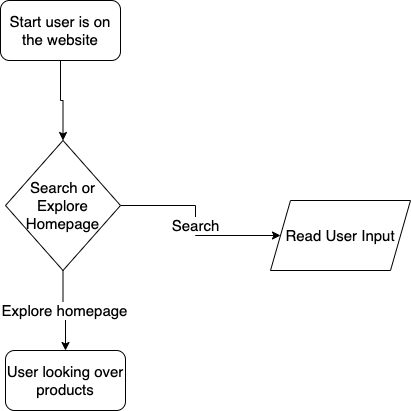
This is part2/part2.drawio.png from jkhaliqi/wi21-cse110-lab4, a draw.io export, as it was before one commit. Source tidied: cells renumbered, new cells last; positions are measured from the earlier drawing's top-left corner, leaving out a move shared by most shapes.
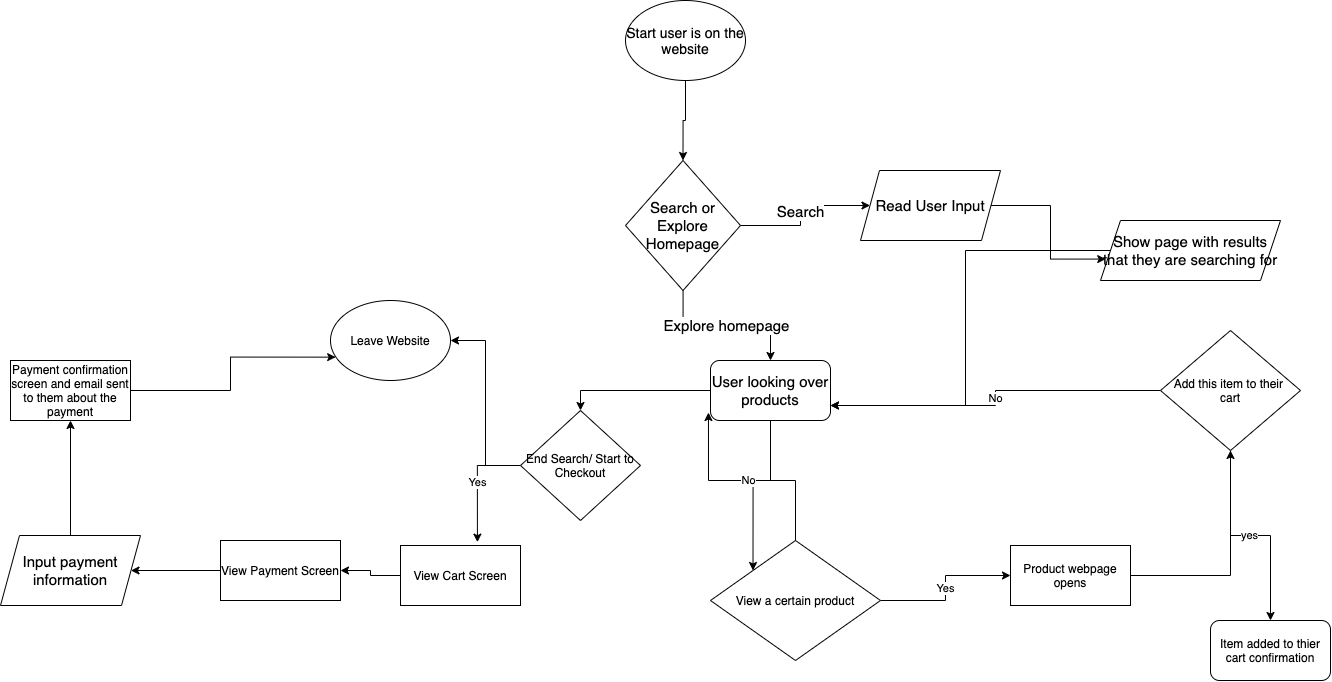
Above is the later version.

Change to the diagram source:
```diff
@@ -2,12 +2,6 @@
   <root>
     <mxCell id="0" />
     <mxCell id="1" parent="0" />
-    <mxCell id="2" style="edgeStyle=orthogonalEdgeStyle;rounded=0;jettySize=auto;html=1;entryX=0.5;entryY=0;entryDx=0;entryDy=0;fontSize=15;" parent="1" edge="1" source="3" target="6">
-      <mxGeometry relative="1" as="geometry" />
-    </mxCell>
-    <mxCell id="3" value="Start user is on the website" style="rounded=1;whiteSpace=wrap;html=1;fontSize=15;" parent="1" vertex="1">
-      <mxGeometry width="120" height="60" as="geometry" />
-    </mxCell>
     <mxCell id="4" value="Search" style="edgeStyle=orthogonalEdgeStyle;rounded=0;jettySize=auto;html=1;entryX=0;entryY=0.5;entryDx=0;entryDy=0;fontSize=15;" parent="1" edge="1" source="6" target="7">
       <mxGeometry relative="1" as="geometry" />
     </mxCell>
@@ -17,11 +11,95 @@
     <mxCell id="6" value="Search or Explore Homepage" style="rhombus;whiteSpace=wrap;html=1;fontSize=15;" parent="1" vertex="1">
       <mxGeometry x="5" y="140" width="115" height="130" as="geometry" />
     </mxCell>
+    <mxCell id="9" style="edgeStyle=orthogonalEdgeStyle;rounded=0;jettySize=auto;html=1;exitX=1;exitY=0.5;exitDx=0;exitDy=0;entryX=0.029;entryY=0.643;entryDx=0;entryDy=0;entryPerimeter=0;" parent="1" edge="1" source="7" target="13">
+      <mxGeometry relative="1" as="geometry" />
+    </mxCell>
-    <mxCell id="7" value="Read User Input" style="shape=parallelogram;perimeter=parallelogramPerimeter;whiteSpace=wrap;html=1;fixedSize=1;fontSize=15;" parent="1" vertex="1">
-      <mxGeometry x="270" y="200" width="140" height="70" as="geometry" />
+    <mxCell id="7" value="Read User Input" style="shape=parallelogram;perimeter=parallelogramPerimeter;whiteSpace=wrap;html=1;fixedSize=1;fontSize=15;size=19;" parent="1" vertex="1">
+      <mxGeometry x="240" y="150" width="140" height="70" as="geometry" />
     </mxCell>
+    <mxCell id="10" style="edgeStyle=orthogonalEdgeStyle;rounded=0;jettySize=auto;html=1;entryX=0;entryY=0;entryDx=0;entryDy=0;" parent="1" edge="1" source="8" target="16">
+      <mxGeometry relative="1" as="geometry" />
+    </mxCell>
+    <mxCell id="11" style="edgeStyle=orthogonalEdgeStyle;rounded=0;jettySize=auto;html=1;entryX=0.5;entryY=0;entryDx=0;entryDy=0;" parent="1" edge="1" source="8" target="25">
+      <mxGeometry relative="1" as="geometry" />
+    </mxCell>
     <mxCell id="8" value="User looking over products" style="rounded=1;whiteSpace=wrap;html=1;fontSize=15;" parent="1" vertex="1">
-      <mxGeometry x="5" y="350" width="120" height="60" as="geometry" />
+      <mxGeometry x="90" y="340" width="120" height="60" as="geometry" />
     </mxCell>
+    <mxCell id="2" style="edgeStyle=orthogonalEdgeStyle;rounded=0;jettySize=auto;html=1;entryX=0.5;entryY=0;entryDx=0;entryDy=0;" parent="1" edge="1" source="3" target="6">
+      <mxGeometry relative="1" as="geometry" />
+    </mxCell>
+    <mxCell id="3" value="&lt;font style=&quot;font-size: 14px&quot;&gt;Start user is on the website&lt;/font&gt;" style="ellipse;whiteSpace=wrap;html=1;" parent="1" vertex="1">
+      <mxGeometry x="5" y="-20" width="120" height="80" as="geometry" />
+    </mxCell>
+    <mxCell id="12" style="edgeStyle=orthogonalEdgeStyle;rounded=0;jettySize=auto;html=1;entryX=1;entryY=0.75;entryDx=0;entryDy=0;" parent="1" edge="1" source="13" target="8">
+      <mxGeometry relative="1" as="geometry" />
+    </mxCell>
+    <mxCell id="13" value="Show page with results that they are searching for" style="shape=parallelogram;perimeter=parallelogramPerimeter;whiteSpace=wrap;html=1;fixedSize=1;fontSize=15;size=20;" parent="1" vertex="1">
+      <mxGeometry x="480" y="200" width="180" height="60" as="geometry" />
+    </mxCell>
+    <mxCell id="14" value="Yes" style="edgeStyle=orthogonalEdgeStyle;rounded=0;jettySize=auto;html=1;" parent="1" edge="1" source="16" target="18">
+      <mxGeometry relative="1" as="geometry" />
+    </mxCell>
+    <mxCell id="15" value="No" style="edgeStyle=orthogonalEdgeStyle;rounded=0;jettySize=auto;html=1;entryX=-0.017;entryY=0.867;entryDx=0;entryDy=0;entryPerimeter=0;" parent="1" edge="1" source="16" target="8">
+      <mxGeometry relative="1" as="geometry" />
+    </mxCell>
+    <mxCell id="16" value="View a certain product" style="rhombus;whiteSpace=wrap;html=1;" parent="1" vertex="1">
+      <mxGeometry x="90" y="520" width="170" height="120" as="geometry" />
+    </mxCell>
+    <mxCell id="17" style="edgeStyle=orthogonalEdgeStyle;rounded=0;jettySize=auto;html=1;exitX=1;exitY=0.5;exitDx=0;exitDy=0;" parent="1" edge="1" source="18" target="21">
+      <mxGeometry relative="1" as="geometry" />
+    </mxCell>
+    <mxCell id="18" value="Product webpage opens" style="rounded=0;whiteSpace=wrap;html=1;" parent="1" vertex="1">
+      <mxGeometry x="390" y="525" width="120" height="60" as="geometry" />
+    </mxCell>
+    <mxCell id="19" value="yes" style="edgeStyle=orthogonalEdgeStyle;rounded=0;jettySize=auto;html=1;" parent="1" edge="1" source="21" target="22">
+      <mxGeometry relative="1" as="geometry" />
+    </mxCell>
+    <mxCell id="20" value="No" style="edgeStyle=orthogonalEdgeStyle;rounded=0;jettySize=auto;html=1;entryX=1;entryY=0.75;entryDx=0;entryDy=0;" parent="1" edge="1" source="21" target="8">
+      <mxGeometry relative="1" as="geometry" />
+    </mxCell>
+    <mxCell id="21" value="Add this item to their &lt;br&gt;cart" style="rhombus;whiteSpace=wrap;html=1;" parent="1" vertex="1">
+      <mxGeometry x="540" y="310" width="140" height="120" as="geometry" />
+    </mxCell>
+    <mxCell id="22" value="Item added to thier cart confirmation" style="rounded=1;whiteSpace=wrap;html=1;" parent="1" vertex="1">
+      <mxGeometry x="590" y="600" width="120" height="60" as="geometry" />
+    </mxCell>
+    <mxCell id="23" value="Yes" style="edgeStyle=orthogonalEdgeStyle;rounded=0;jettySize=auto;html=1;exitX=0;exitY=0.5;exitDx=0;exitDy=0;entryX=0.641;entryY=-0.056;entryDx=0;entryDy=0;entryPerimeter=0;" parent="1" edge="1" source="25" target="27">
+      <mxGeometry relative="1" as="geometry" />
+    </mxCell>
+    <mxCell id="24" style="edgeStyle=orthogonalEdgeStyle;rounded=0;jettySize=auto;html=1;entryX=1;entryY=0.5;entryDx=0;entryDy=0;" parent="1" edge="1" source="25" target="28">
+      <mxGeometry relative="1" as="geometry" />
+    </mxCell>
+    <mxCell id="25" value="End Search/ Start to Checkout" style="rhombus;whiteSpace=wrap;html=1;" parent="1" vertex="1">
+      <mxGeometry x="-100" y="390" width="120" height="110" as="geometry" />
+    </mxCell>
+    <mxCell id="26" style="edgeStyle=orthogonalEdgeStyle;rounded=0;jettySize=auto;html=1;entryX=1;entryY=0.5;entryDx=0;entryDy=0;" parent="1" edge="1" source="27" target="30">
+      <mxGeometry relative="1" as="geometry" />
+    </mxCell>
+    <mxCell id="27" value="View Cart Screen" style="rounded=0;whiteSpace=wrap;html=1;" parent="1" vertex="1">
+      <mxGeometry x="-220" y="525" width="120" height="60" as="geometry" />
+    </mxCell>
+    <mxCell id="28" value="Leave Website" style="ellipse;whiteSpace=wrap;html=1;" parent="1" vertex="1">
+      <mxGeometry x="-290" y="280" width="120" height="80" as="geometry" />
+    </mxCell>
+    <mxCell id="29" style="edgeStyle=orthogonalEdgeStyle;rounded=0;jettySize=auto;html=1;entryX=1;entryY=0.5;entryDx=0;entryDy=0;" parent="1" edge="1" source="30" target="32">
+      <mxGeometry relative="1" as="geometry" />
+    </mxCell>
+    <mxCell id="30" value="View Payment Screen" style="rounded=0;whiteSpace=wrap;html=1;" parent="1" vertex="1">
+      <mxGeometry x="-400" y="520" width="120" height="60" as="geometry" />
+    </mxCell>
+    <mxCell id="31" style="edgeStyle=orthogonalEdgeStyle;rounded=0;jettySize=auto;html=1;" parent="1" edge="1" source="32" target="34">
+      <mxGeometry relative="1" as="geometry" />
+    </mxCell>
+    <mxCell id="32" value="Input payment information" style="shape=parallelogram;perimeter=parallelogramPerimeter;whiteSpace=wrap;html=1;fixedSize=1;fontSize=15;size=19;" parent="1" vertex="1">
+      <mxGeometry x="-620" y="515" width="140" height="70" as="geometry" />
+    </mxCell>
+    <mxCell id="33" style="edgeStyle=orthogonalEdgeStyle;rounded=0;jettySize=auto;html=1;entryX=0.043;entryY=0.708;entryDx=0;entryDy=0;entryPerimeter=0;" parent="1" edge="1" source="34" target="28">
+      <mxGeometry relative="1" as="geometry" />
+    </mxCell>
+    <mxCell id="34" value="Payment confirmation screen and email sent to them about the payment" style="rounded=0;whiteSpace=wrap;html=1;" parent="1" vertex="1">
+      <mxGeometry x="-610" y="340" width="120" height="60" as="geometry" />
+    </mxCell>
   </root>
 </mxGraphModel>
```
